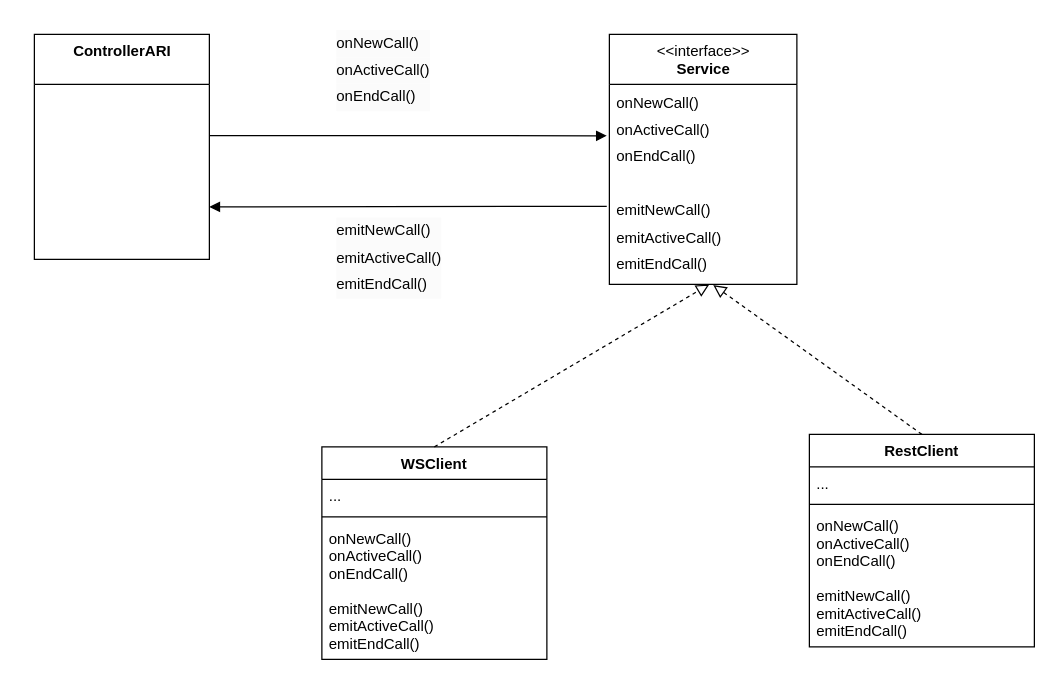
Earlier version of the draw.io diagram libraries/Диаграмма без названия.drawio (ALihvar/phpexcel). Source tidied: cells renumbered, new cells numbered last; positions are measured from the earlier drawing's top-left corner, leaving out a move shared by most shapes. Both pictures are drawn from the tidied source at 125%, with x=0, y=0 at pixel (34, 21).
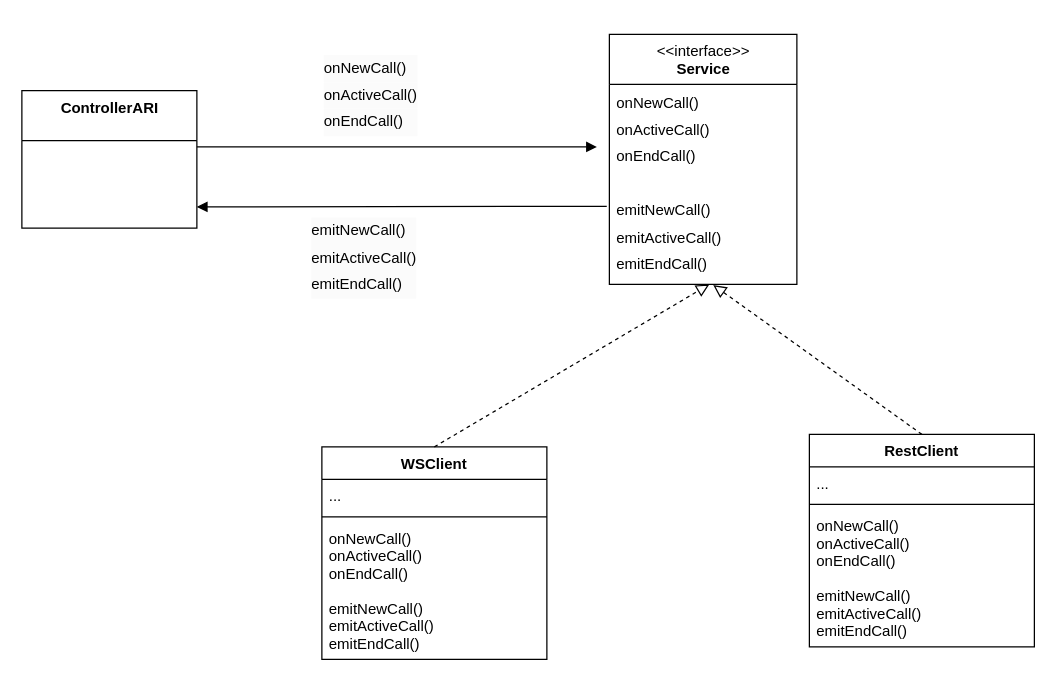
The same diagram, later.

The change refers to these unchanged cells:
```xml
<mxCell id="3" value="&lt;div style=&quot;text-align: justify; line-height: 180%;&quot;&gt;&lt;span style=&quot;background-color: initial;&quot;&gt;&lt;font style=&quot;font-size: 12px;&quot;&gt;onNewCall()&lt;/font&gt;&lt;/span&gt;&lt;/div&gt;&lt;div style=&quot;text-align: justify; line-height: 180%;&quot;&gt;&lt;span style=&quot;background-color: initial;&quot;&gt;&lt;font style=&quot;font-size: 12px;&quot;&gt;onActiveCall()&lt;/font&gt;&lt;/span&gt;&lt;/div&gt;&lt;div style=&quot;text-align: justify; line-height: 180%;&quot;&gt;&lt;span style=&quot;background-color: initial;&quot;&gt;&lt;font style=&quot;font-size: 12px;&quot;&gt;onEndCall()&lt;/font&gt;&lt;/span&gt;&lt;/div&gt;&lt;div style=&quot;text-align: justify; line-height: 180%;&quot;&gt;&lt;span style=&quot;background-color: initial; text-align: left;&quot;&gt;&lt;br&gt;&lt;/span&gt;&lt;/div&gt;&lt;div style=&quot;text-align: justify; line-height: 180%;&quot;&gt;&lt;span style=&quot;background-color: initial; text-align: left;&quot;&gt;emitNewCall()&lt;/span&gt;&lt;br&gt;&lt;/div&gt;&lt;div style=&quot;text-align: justify; line-height: 180%;&quot;&gt;&lt;div style=&quot;border-color: var(--border-color); line-height: 21.6px;&quot;&gt;&lt;span style=&quot;border-color: var(--border-color); background-color: initial;&quot;&gt;emitActiveCall()&lt;/span&gt;&lt;/div&gt;&lt;div style=&quot;border-color: var(--border-color); line-height: 21.6px;&quot;&gt;&lt;span style=&quot;background-color: initial;&quot;&gt;emitEndCall()&lt;/span&gt;&lt;/div&gt;&lt;/div&gt;" style="text;html=1;strokeColor=none;fillColor=none;align=left;verticalAlign=middle;spacingLeft=4;spacingRight=4;overflow=hidden;points=[[0,0.5],[1,0.5]];portConstraint=eastwest;" parent="2" vertex="1">
  <mxGeometry y="40" width="150" height="160" as="geometry" />
</mxCell>
```

The edit, as a diff of the source:
```diff
@@
     <mxCell id="14" value="&lt;span style=&quot;font-weight: 700;&quot;&gt;ControllerARI&lt;/span&gt;" style="swimlane;fontStyle=0;align=center;verticalAlign=top;horizontal=1;startSize=40;html=1;fontSize=12;" parent="1" vertex="1">
-      <mxGeometry y="10" width="140" height="180" as="geometry" />
+      <mxGeometry x="-10" y="55" width="140" height="110" as="geometry" />
     </mxCell>
-    <mxCell id="15" style="html=1;verticalAlign=bottom;labelBackgroundColor=none;endArrow=block;endFill=1;rounded=0;fontSize=12;entryX=-0.014;entryY=0.257;entryDx=0;entryDy=0;entryPerimeter=0;" parent="1" edge="1" target="3">
+    <mxCell id="15" style="html=1;verticalAlign=bottom;labelBackgroundColor=none;endArrow=block;endFill=1;rounded=0;fontSize=12;" parent="1" edge="1">
       <mxGeometry relative="1" as="geometry">
-        <mxPoint x="140" y="91" as="sourcePoint" />
+        <mxPoint x="130" y="100" as="sourcePoint" />
+        <mxPoint x="450" y="100" as="targetPoint" />
       </mxGeometry>
     </mxCell>
     <mxCell id="16" style="html=1;verticalAlign=bottom;labelBackgroundColor=none;endArrow=block;endFill=1;rounded=0;fontSize=12;exitX=-0.014;exitY=0.61;exitDx=0;exitDy=0;exitPerimeter=0;" parent="1" edge="1" source="3">
       <mxGeometry relative="1" as="geometry">
-        <mxPoint x="140" y="148" as="targetPoint" />
+        <mxPoint x="130" y="148" as="targetPoint" />
       </mxGeometry>
     </mxCell>
     <mxCell id="17" value="&lt;div style=&quot;border-color: var(--border-color); color: rgb(0, 0, 0); font-family: Helvetica; font-size: 12px; font-style: normal; font-variant-ligatures: normal; font-variant-caps: normal; font-weight: 400; letter-spacing: normal; orphans: 2; text-indent: 0px; text-transform: none; widows: 2; word-spacing: 0px; -webkit-text-stroke-width: 0px; background-color: rgb(251, 251, 251); text-decoration-thickness: initial; text-decoration-style: initial; text-decoration-color: initial; text-align: justify; line-height: 21.6px;&quot;&gt;&lt;span style=&quot;border-color: var(--border-color); background-color: initial;&quot;&gt;&lt;font style=&quot;border-color: var(--border-color); font-size: 12px;&quot;&gt;onNewCall()&lt;/font&gt;&lt;/span&gt;&lt;/div&gt;&lt;div style=&quot;border-color: var(--border-color); color: rgb(0, 0, 0); font-family: Helvetica; font-size: 12px; font-style: normal; font-variant-ligatures: normal; font-variant-caps: normal; font-weight: 400; letter-spacing: normal; orphans: 2; text-indent: 0px; text-transform: none; widows: 2; word-spacing: 0px; -webkit-text-stroke-width: 0px; background-color: rgb(251, 251, 251); text-decoration-thickness: initial; text-decoration-style: initial; text-decoration-color: initial; text-align: justify; line-height: 21.6px;&quot;&gt;&lt;span style=&quot;border-color: var(--border-color); background-color: initial;&quot;&gt;&lt;font style=&quot;border-color: var(--border-color); font-size: 12px;&quot;&gt;onActiveCall()&lt;/font&gt;&lt;/span&gt;&lt;/div&gt;&lt;div style=&quot;border-color: var(--border-color); color: rgb(0, 0, 0); font-family: Helvetica; font-size: 12px; font-style: normal; font-variant-ligatures: normal; font-variant-caps: normal; font-weight: 400; letter-spacing: normal; orphans: 2; text-indent: 0px; text-transform: none; widows: 2; word-spacing: 0px; -webkit-text-stroke-width: 0px; background-color: rgb(251, 251, 251); text-decoration-thickness: initial; text-decoration-style: initial; text-decoration-color: initial; text-align: justify; line-height: 21.6px;&quot;&gt;&lt;span style=&quot;border-color: var(--border-color); background-color: initial;&quot;&gt;&lt;font style=&quot;border-color: var(--border-color); font-size: 12px;&quot;&gt;onEndCall()&lt;/font&gt;&lt;/span&gt;&lt;/div&gt;" style="text;whiteSpace=wrap;html=1;fontSize=12;" parent="1" vertex="1">
-      <mxGeometry x="240" width="110" height="90" as="geometry" />
+      <mxGeometry x="230" y="20" width="110" height="90" as="geometry" />
     </mxCell>
     <mxCell id="18" value="&lt;div style=&quot;border-color: var(--border-color); color: rgb(0, 0, 0); font-family: Helvetica; font-size: 12px; font-style: normal; font-variant-ligatures: normal; font-variant-caps: normal; font-weight: 400; letter-spacing: normal; orphans: 2; text-indent: 0px; text-transform: none; widows: 2; word-spacing: 0px; -webkit-text-stroke-width: 0px; background-color: rgb(251, 251, 251); text-decoration-thickness: initial; text-decoration-style: initial; text-decoration-color: initial; text-align: justify; line-height: 21.6px;&quot;&gt;&lt;span style=&quot;border-color: var(--border-color); background-color: initial; text-align: left;&quot;&gt;emitNewCall()&lt;/span&gt;&lt;br style=&quot;border-color: var(--border-color);&quot;&gt;&lt;/div&gt;&lt;div style=&quot;border-color: var(--border-color); color: rgb(0, 0, 0); font-family: Helvetica; font-size: 12px; font-style: normal; font-variant-ligatures: normal; font-variant-caps: normal; font-weight: 400; letter-spacing: normal; orphans: 2; text-indent: 0px; text-transform: none; widows: 2; word-spacing: 0px; -webkit-text-stroke-width: 0px; background-color: rgb(251, 251, 251); text-decoration-thickness: initial; text-decoration-style: initial; text-decoration-color: initial; text-align: justify; line-height: 21.6px;&quot;&gt;&lt;div style=&quot;border-color: var(--border-color); line-height: 21.6px;&quot;&gt;&lt;span style=&quot;border-color: var(--border-color); background-color: initial;&quot;&gt;emitActiveCall()&lt;/span&gt;&lt;/div&gt;&lt;div style=&quot;border-color: var(--border-color); line-height: 21.6px;&quot;&gt;&lt;span style=&quot;border-color: var(--border-color); background-color: initial;&quot;&gt;emitEndCall()&lt;/span&gt;&lt;/div&gt;&lt;/div&gt;" style="text;whiteSpace=wrap;html=1;fontSize=12;" parent="1" vertex="1">
-      <mxGeometry x="240" y="150" width="120" height="90" as="geometry" />
+      <mxGeometry x="220" y="150" width="120" height="90" as="geometry" />
     </mxCell>
```
